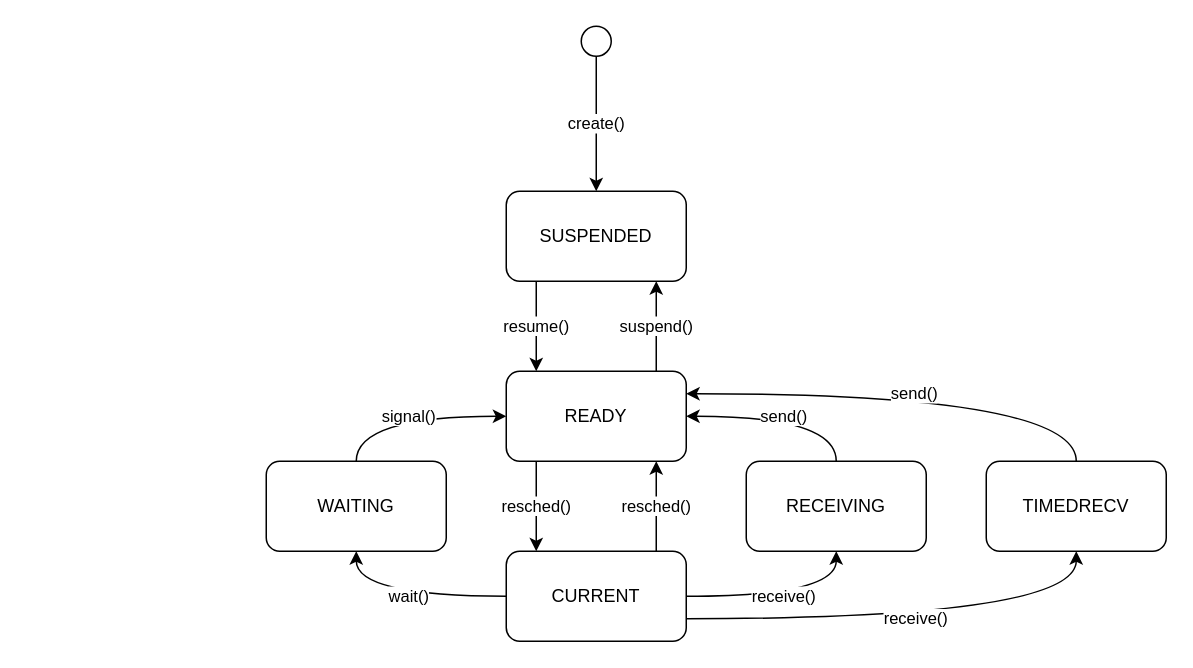
Earlier version of the draw.io diagram xinu-process-state-diagram.drawio (radioxeth/cis-657-principles-of-operating-systems). Source tidied: cells renumbered, new cells numbered last; positions are measured from the earlier drawing's top-left corner, leaving out a move shared by most shapes. Both pictures are drawn from the tidied source at 150%, with x=0, y=0 at pixel (266, 26).
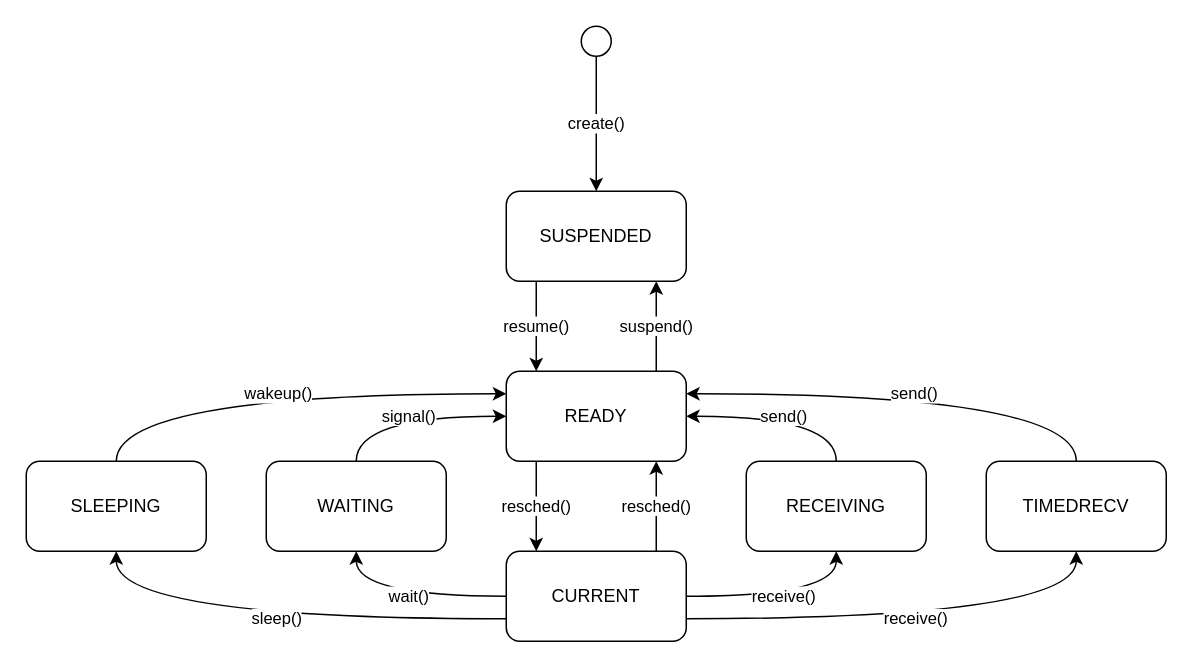
Above is the later version.

The change refers to these unchanged cells:
```xml
<mxCell id="7" value="READY" style="whiteSpace=wrap;html=1;rounded=1;" parent="1" vertex="1">
  <mxGeometry x="160" y="230" width="120" height="60" as="geometry" />
</mxCell>
<mxCell id="12" value="CURRENT" style="whiteSpace=wrap;html=1;rounded=1;" parent="1" vertex="1">
  <mxGeometry x="160" y="350" width="120" height="60" as="geometry" />
</mxCell>
```

What changed in the source:
```diff
@@
+    <mxCell id="20" value="sleep()" style="edgeStyle=orthogonalEdgeStyle;rounded=0;jettySize=auto;html=1;curved=1;exitX=0;exitY=0.75;exitDx=0;exitDy=0;" parent="1" edge="1" source="12" target="22">
+      <mxGeometry relative="1" as="geometry">
+        <Array as="points">
+          <mxPoint x="-100" y="395" />
+        </Array>
+      </mxGeometry>
+    </mxCell>
@@
+    <mxCell id="21" value="wakeup()" style="edgeStyle=orthogonalEdgeStyle;curved=1;rounded=0;jettySize=auto;html=1;exitX=0.5;exitY=0;exitDx=0;exitDy=0;entryX=0;entryY=0.25;entryDx=0;entryDy=0;" parent="1" edge="1" source="22" target="7">
+      <mxGeometry relative="1" as="geometry" />
+    </mxCell>
+    <mxCell id="22" value="SLEEPING" style="rounded=1;whiteSpace=wrap;html=1;" parent="1" vertex="1">
+      <mxGeometry x="-160" y="290" width="120" height="60" as="geometry" />
+    </mxCell>
```
